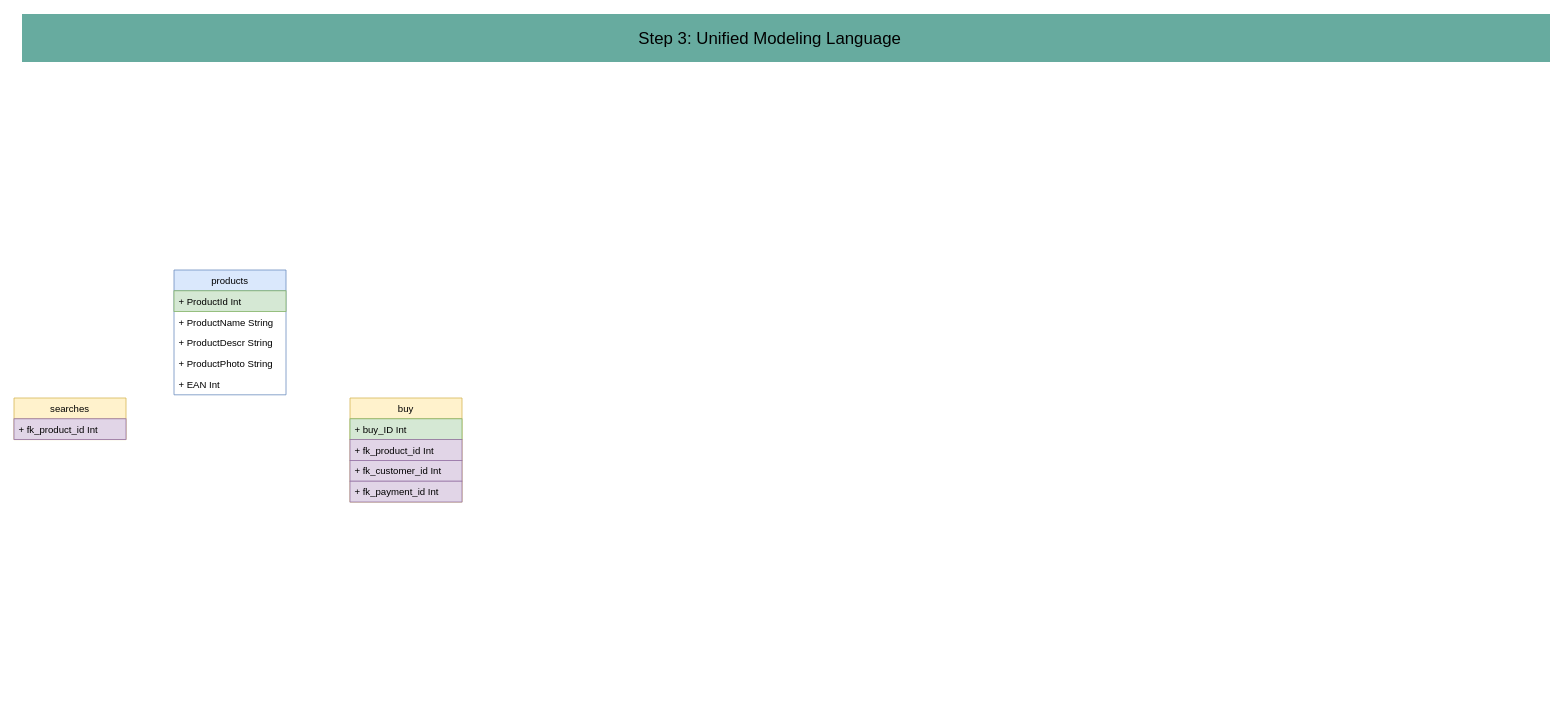
Before: diagrammes/CR_9_UML_diagramme.drawio in nat-oku/FE21-CR9-Natalia, a draw.io diagram. Source tidied: cells renumbered, new cells numbered last; positions are measured from the earlier drawing's top-left corner, leaving out a move shared by most shapes. Both pictures are drawn from the tidied source at 80%, with x=0, y=0 at pixel (14, 14).
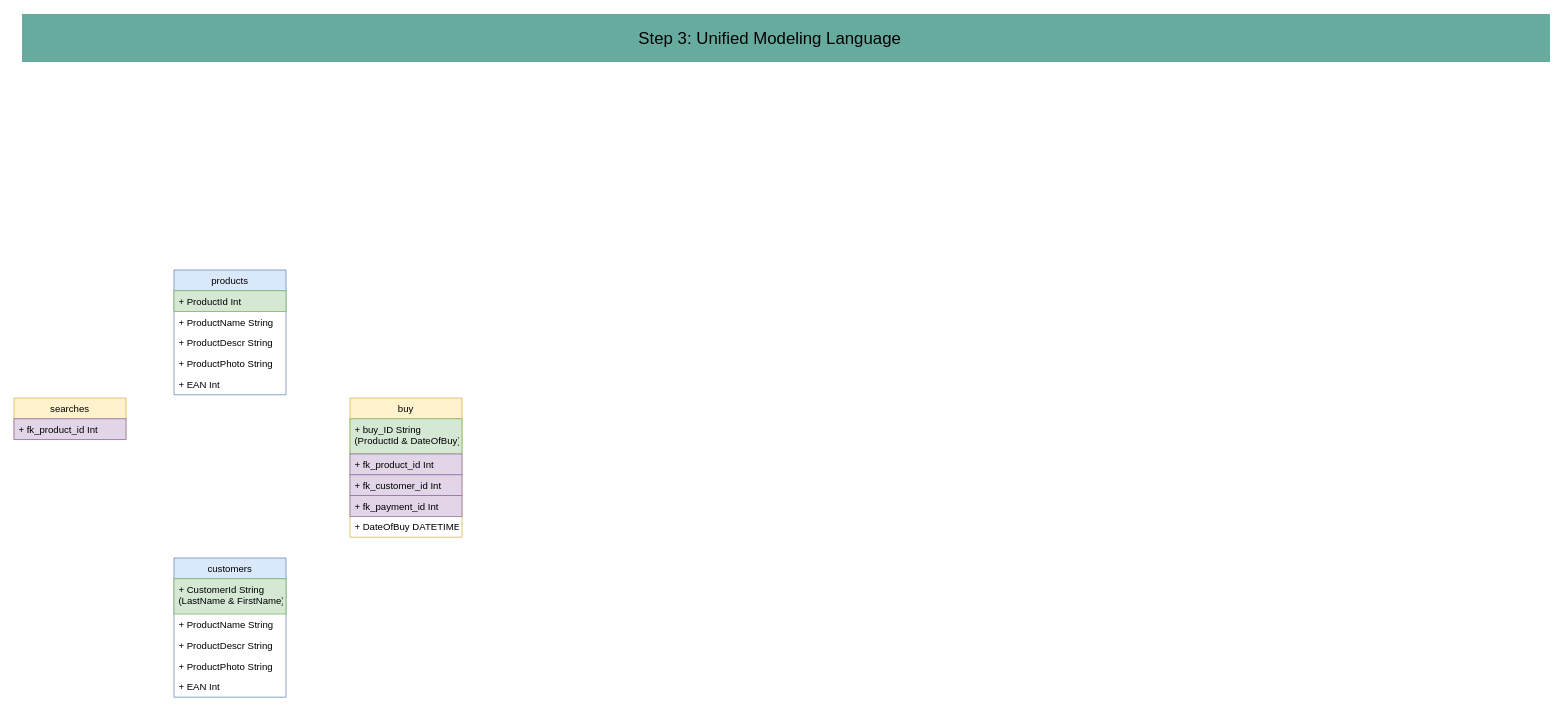
After the change.

Diff of the diagram source:
```diff
@@
     <mxCell id="12" value="buy" style="swimlane;fontStyle=0;horizontal=1;startSize=26;fillColor=#fff2cc;strokeColor=#d6b656;" parent="1" vertex="1">
-      <mxGeometry x="420" y="480" width="140" height="130" as="geometry" />
+      <mxGeometry x="420" y="480" width="140" height="174" as="geometry" />
     </mxCell>
-    <mxCell id="13" value="+ buy_ID Int" style="text;align=left;verticalAlign=top;spacingLeft=4;spacingRight=4;overflow=hidden;fillColor=#d5e8d4;strokeColor=#82b366;" parent="12" vertex="1">
-      <mxGeometry y="26" width="140" height="26" as="geometry" />
+    <mxCell id="13" value="+ buy_ID String&#10;(ProductId &amp; DateOfBuy)" style="text;align=left;verticalAlign=top;spacingLeft=4;spacingRight=4;overflow=hidden;fillColor=#d5e8d4;strokeColor=#82b366;" parent="12" vertex="1">
+      <mxGeometry y="26" width="140" height="44" as="geometry" />
     </mxCell>
     <mxCell id="14" value="+ fk_product_id Int" style="text;align=left;verticalAlign=top;spacingLeft=4;spacingRight=4;overflow=hidden;fillColor=#e1d5e7;strokeColor=#9673a6;" parent="12" vertex="1">
-      <mxGeometry y="52" width="140" height="26" as="geometry" />
+      <mxGeometry y="70" width="140" height="26" as="geometry" />
     </mxCell>
     <mxCell id="15" value="+ fk_customer_id Int" style="text;align=left;verticalAlign=top;spacingLeft=4;spacingRight=4;overflow=hidden;fillColor=#e1d5e7;strokeColor=#9673a6;" parent="12" vertex="1">
-      <mxGeometry y="78" width="140" height="26" as="geometry" />
+      <mxGeometry y="96" width="140" height="26" as="geometry" />
     </mxCell>
     <mxCell id="16" value="+ fk_payment_id Int" style="text;align=left;verticalAlign=top;spacingLeft=4;spacingRight=4;overflow=hidden;fillColor=#e1d5e7;strokeColor=#9673a6;" parent="12" vertex="1">
-      <mxGeometry y="104" width="140" height="26" as="geometry" />
+      <mxGeometry y="122" width="140" height="26" as="geometry" />
     </mxCell>
+    <mxCell id="17" value="+ DateOfBuy DATETIME" style="text;align=left;verticalAlign=top;spacingLeft=4;spacingRight=4;overflow=hidden;" parent="12" vertex="1">
+      <mxGeometry y="148" width="140" height="26" as="geometry" />
+    </mxCell>
+    <mxCell id="18" value="customers" style="swimlane;fontStyle=0;horizontal=1;startSize=26;fillColor=#dae8fc;strokeColor=#6c8ebf;" parent="1" vertex="1">
+      <mxGeometry x="200" y="680" width="140" height="174" as="geometry" />
+    </mxCell>
+    <mxCell id="19" value="+ CustomerId String&#10;(LastName &amp; FirstName)" style="text;align=left;verticalAlign=top;spacingLeft=4;spacingRight=4;overflow=hidden;fillColor=#d5e8d4;strokeColor=#82b366;" parent="18" vertex="1">
+      <mxGeometry y="26" width="140" height="44" as="geometry" />
+    </mxCell>
+    <mxCell id="20" value="+ ProductName String" style="text;align=left;verticalAlign=top;spacingLeft=4;spacingRight=4;overflow=hidden;" parent="18" vertex="1">
+      <mxGeometry y="70" width="140" height="26" as="geometry" />
+    </mxCell>
+    <mxCell id="21" value="+ ProductDescr String" style="text;align=left;verticalAlign=top;spacingLeft=4;spacingRight=4;overflow=hidden;" parent="18" vertex="1">
+      <mxGeometry y="96" width="140" height="26" as="geometry" />
+    </mxCell>
+    <mxCell id="22" value="+ ProductPhoto String" style="text;align=left;verticalAlign=top;spacingLeft=4;spacingRight=4;overflow=hidden;" parent="18" vertex="1">
+      <mxGeometry y="122" width="140" height="26" as="geometry" />
+    </mxCell>
+    <mxCell id="23" value="+ EAN Int" style="text;align=left;verticalAlign=top;spacingLeft=4;spacingRight=4;overflow=hidden;" parent="18" vertex="1">
+      <mxGeometry y="148" width="140" height="26" as="geometry" />
+    </mxCell>
```
